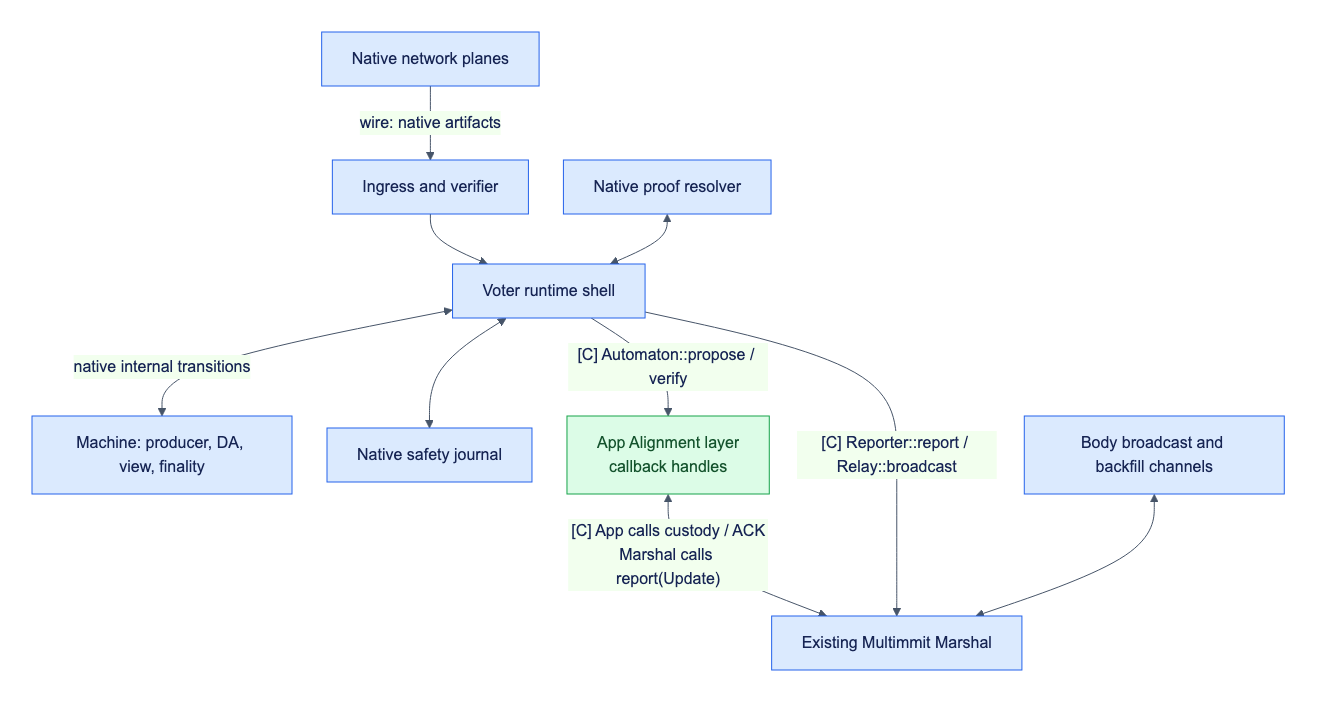
Earlier version of the Mermaid export docs/assets/diagrams/diagram-16.png (djm07073/baton). Its source is kept beside it as docs/assets/diagrams/diagram-16.mmd. The source it was exported from:
```mermaid
flowchart TB
    N["Native network planes"] -->|"wire: native artifacts"| I["Ingress and verifier"]
    I --> V["Voter runtime shell"]
    R["Native proof resolver"] <--> V
    V <-->|"native internal transitions"| M["Machine: producer, DA, view, finality"]
    V <--> J["Native safety journal"]
    V -->|"[C] Automaton::propose / verify"| A["App Alignment layer<br/>callback handles"]
    A <-->|"[C] App calls custody / ACK<br/>Marshal calls report(Update)"| S["Existing Multimmit Marshal"]
    V -->|"[C] Reporter::report / Relay::broadcast"| S
    B["Body broadcast and backfill channels"] <--> S
    classDef reuse fill:#dbeafe,stroke:#2563eb,color:#172554;
    classDef app fill:#dcfce7,stroke:#16a34a,color:#14532d;
    class N,I,V,R,M,J,S,B reuse;
    class A app;
```
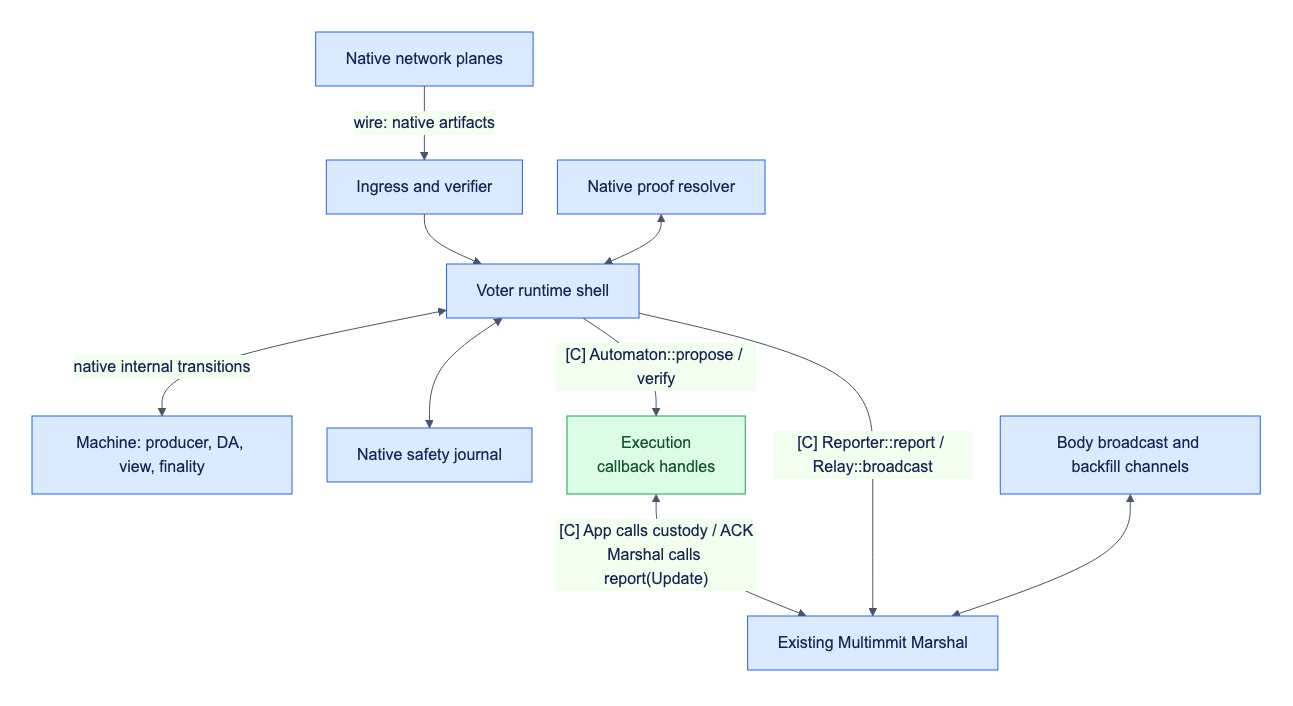
The same diagram one commit later.

What changed in the source:
```diff
@@ -4,7 +4,7 @@
     R["Native proof resolver"] <--> V
     V <-->|"native internal transitions"| M["Machine: producer, DA, view, finality"]
     V <--> J["Native safety journal"]
-    V -->|"[C] Automaton::propose / verify"| A["App Alignment layer<br/>callback handles"]
+    V -->|"[C] Automaton::propose / verify"| A["Execution<br/>callback handles"]
     A <-->|"[C] App calls custody / ACK<br/>Marshal calls report(Update)"| S["Existing Multimmit Marshal"]
     V -->|"[C] Reporter::report / Relay::broadcast"| S
     B["Body broadcast and backfill channels"] <--> S
```
